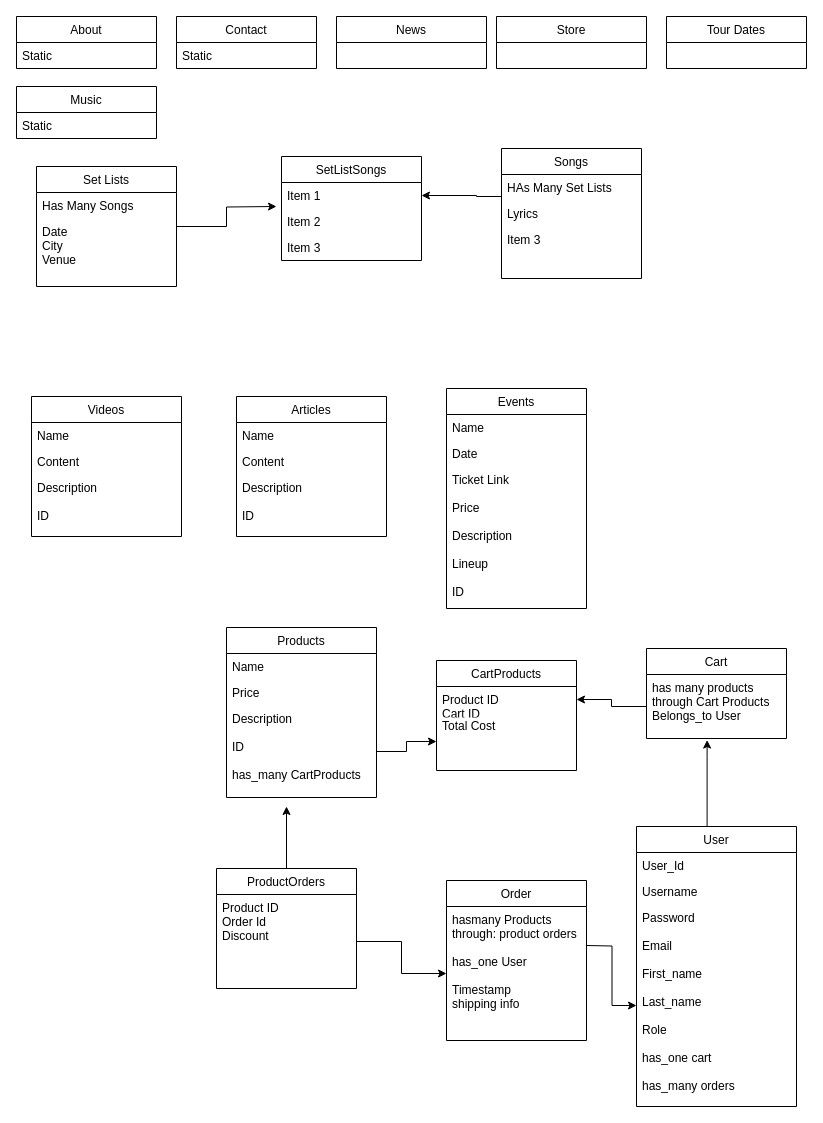
Earlier version of the draw.io diagram Plan.drawio (Zacharyflynn06/ee-backend). Source tidied: cells renumbered, new cells numbered last; positions are measured from the earlier drawing's top-left corner, leaving out a move shared by most shapes. Both pictures are drawn from the tidied source at 100%, with x=0, y=0 at pixel (16, 16).
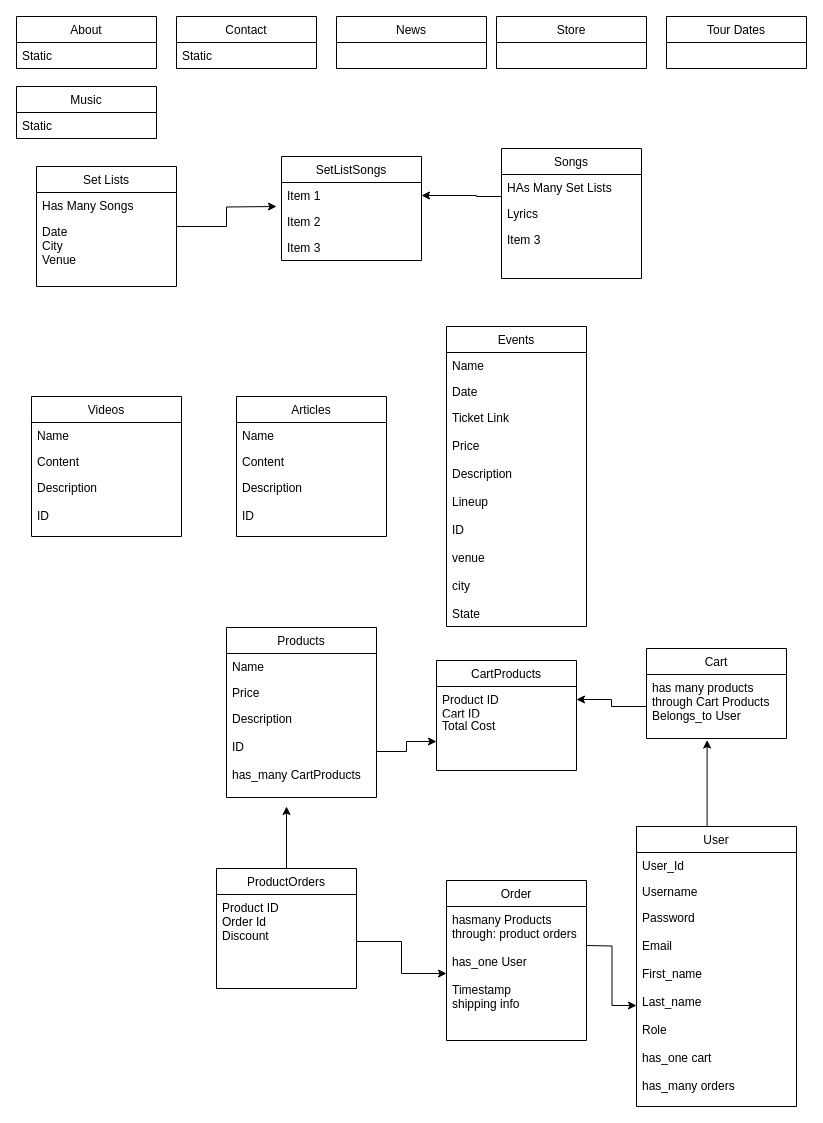
After the change.

Commit message (it also covers changes not shown here):
add venue, city, state to events table

Diff of the diagram source:
```diff
@@
     <mxCell id="13" value="Events" style="swimlane;fontStyle=0;horizontal=1;startSize=26;" parent="1" vertex="1">
-      <mxGeometry x="430" y="372" width="140" height="220" as="geometry" />
+      <mxGeometry x="430" y="310" width="140" height="300" as="geometry" />
     </mxCell>
@@
-    <mxCell id="16" value="Ticket Link&#10;&#10;Price&#10;&#10;Description&#10;&#10;Lineup&#10;&#10;ID" style="text;strokeColor=none;fillColor=none;align=left;verticalAlign=top;spacingLeft=4;spacingRight=4;overflow=hidden;" parent="13" vertex="1">
-      <mxGeometry y="78" width="140" height="142" as="geometry" />
+    <mxCell id="16" value="Ticket Link&#10;&#10;Price&#10;&#10;Description&#10;&#10;Lineup&#10;&#10;ID&#10;&#10;venue&#10;&#10;city&#10;&#10;State" style="text;strokeColor=none;fillColor=none;align=left;verticalAlign=top;spacingLeft=4;spacingRight=4;overflow=hidden;" parent="13" vertex="1">
+      <mxGeometry y="78" width="140" height="222" as="geometry" />
     </mxCell>
```
